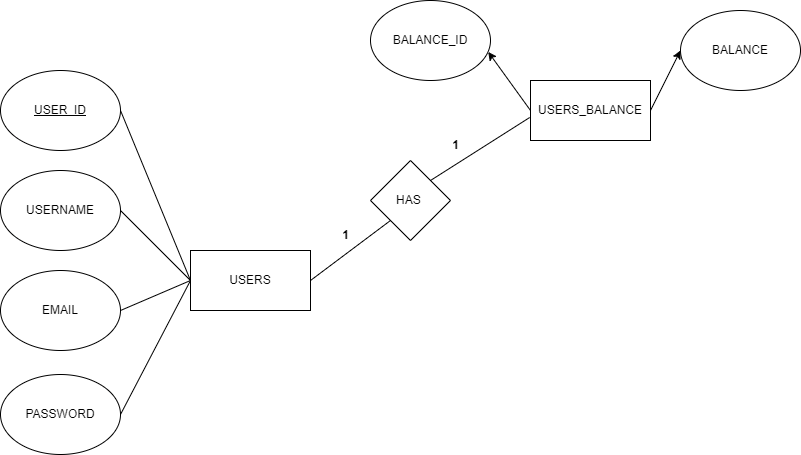
Pgsaisuhas/EXP keeps this draw.io diagram as ER_DIAGRAM.drawio.png. Above is the earlier version. Source tidied: cells renumbered, new cells last; positions are measured from the earlier drawing's top-left corner, leaving out a move shared by most shapes.
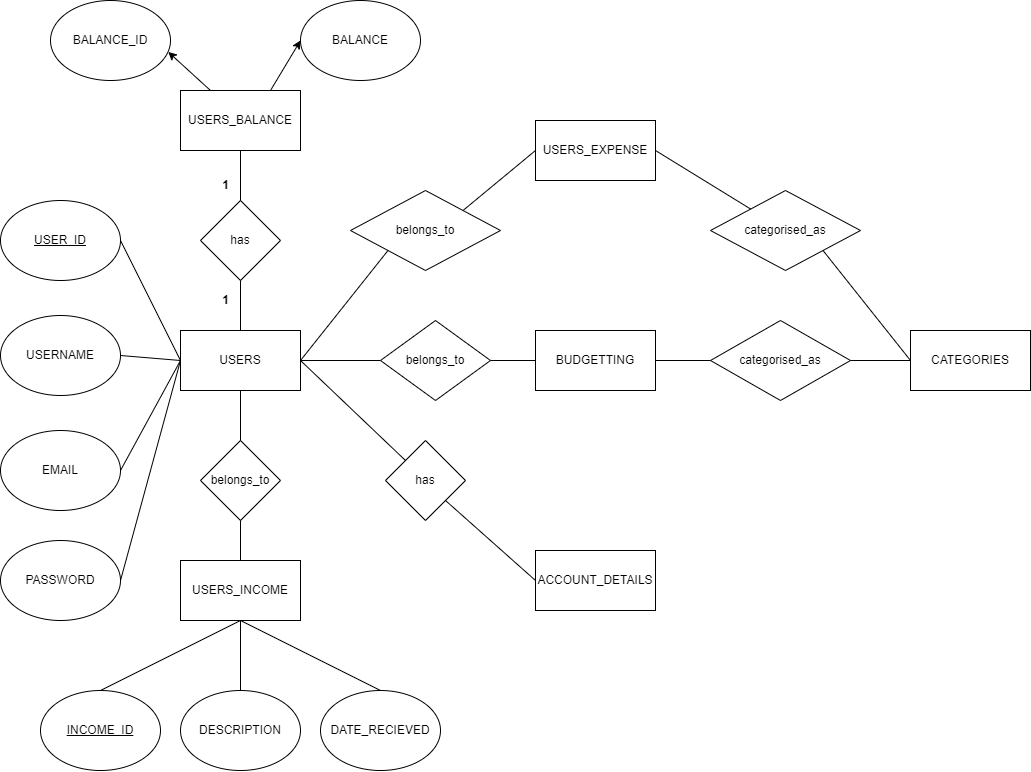
After the change.

Change to the diagram source:
```diff
@@ -3,37 +3,37 @@
     <mxCell id="0" />
     <mxCell id="1" parent="0" />
     <mxCell id="2" value="USERS" style="rounded=0;whiteSpace=wrap;html=1;" parent="1" vertex="1">
-      <mxGeometry x="190" y="250" width="120" height="60" as="geometry" />
+      <mxGeometry x="220" y="300" width="120" height="60" as="geometry" />
     </mxCell>
     <mxCell id="3" value="USERNAME" style="ellipse;whiteSpace=wrap;html=1;" parent="1" vertex="1">
-      <mxGeometry y="170" width="120" height="80" as="geometry" />
+      <mxGeometry x="40" y="285" width="120" height="80" as="geometry" />
     </mxCell>
     <mxCell id="4" value="&lt;u&gt;USER_ID&lt;/u&gt;" style="ellipse;whiteSpace=wrap;html=1;" parent="1" vertex="1">
-      <mxGeometry y="70" width="120" height="80" as="geometry" />
+      <mxGeometry x="40" y="170" width="120" height="80" as="geometry" />
     </mxCell>
     <mxCell id="5" value="EMAIL" style="ellipse;whiteSpace=wrap;html=1;" parent="1" vertex="1">
-      <mxGeometry y="270" width="120" height="80" as="geometry" />
+      <mxGeometry x="40" y="400" width="120" height="80" as="geometry" />
     </mxCell>
     <mxCell id="6" value="PASSWORD" style="ellipse;whiteSpace=wrap;html=1;" parent="1" vertex="1">
-      <mxGeometry y="374" width="120" height="80" as="geometry" />
+      <mxGeometry x="40" y="510" width="120" height="80" as="geometry" />
     </mxCell>
     <mxCell id="7" value="USERS_BALANCE" style="rounded=0;whiteSpace=wrap;html=1;" parent="1" vertex="1">
-      <mxGeometry x="530" y="80" width="120" height="60" as="geometry" />
+      <mxGeometry x="220" y="60" width="120" height="60" as="geometry" />
     </mxCell>
     <mxCell id="8" value="BALANCE_ID" style="ellipse;whiteSpace=wrap;html=1;" parent="1" vertex="1">
-      <mxGeometry x="370" width="120" height="80" as="geometry" />
+      <mxGeometry x="90" y="-30" width="120" height="80" as="geometry" />
     </mxCell>
     <mxCell id="9" value="BALANCE" style="ellipse;whiteSpace=wrap;html=1;" parent="1" vertex="1">
-      <mxGeometry x="680" y="10" width="120" height="80" as="geometry" />
+      <mxGeometry x="340" y="-30" width="120" height="80" as="geometry" />
     </mxCell>
-    <mxCell id="10" style="endArrow=classic;html=1;rounded=0;exitX=0;exitY=0.5;exitDx=0;exitDy=0;entryX=0.981;entryY=0.643;entryDx=0;entryDy=0;entryPerimeter=0;" parent="1" edge="1" source="7" target="8">
+    <mxCell id="10" style="endArrow=classic;html=1;rounded=0;exitX=0.25;exitY=0;exitDx=0;exitDy=0;entryX=0.981;entryY=0.643;entryDx=0;entryDy=0;entryPerimeter=0;" parent="1" edge="1" source="7" target="8">
       <mxGeometry relative="1" as="geometry" />
     </mxCell>
-    <mxCell id="11" style="endArrow=classic;html=1;rounded=0;exitX=1;exitY=0.5;exitDx=0;exitDy=0;entryX=0;entryY=0.5;entryDx=0;entryDy=0;" parent="1" edge="1" source="7" target="9">
+    <mxCell id="11" style="endArrow=classic;html=1;rounded=0;exitX=0.75;exitY=0;exitDx=0;exitDy=0;entryX=0;entryY=0.5;entryDx=0;entryDy=0;" parent="1" edge="1" source="7" target="9">
       <mxGeometry relative="1" as="geometry" />
     </mxCell>
-    <mxCell id="12" value="HAS&amp;nbsp;" style="rhombus;whiteSpace=wrap;html=1;" parent="1" vertex="1">
-      <mxGeometry x="370" y="160" width="80" height="80" as="geometry" />
+    <mxCell id="12" value="has" style="rhombus;whiteSpace=wrap;html=1;" parent="1" vertex="1">
+      <mxGeometry x="240" y="170" width="80" height="80" as="geometry" />
     </mxCell>
     <mxCell id="13" style="endArrow=none;html=1;rounded=0;exitX=0;exitY=0.5;exitDx=0;exitDy=0;entryX=1;entryY=0.5;entryDx=0;entryDy=0;" parent="1" edge="1" source="2" target="4">
       <mxGeometry relative="1" as="geometry" />
@@ -47,17 +47,104 @@
     <mxCell id="16" style="endArrow=none;html=1;rounded=0;exitX=0;exitY=0.5;exitDx=0;exitDy=0;entryX=1;entryY=0.5;entryDx=0;entryDy=0;" parent="1" edge="1" source="2" target="6">
       <mxGeometry relative="1" as="geometry" />
     </mxCell>
-    <mxCell id="17" style="endArrow=none;html=1;rounded=0;exitX=1;exitY=0.5;exitDx=0;exitDy=0;entryX=0;entryY=1;entryDx=0;entryDy=0;" parent="1" edge="1" source="2" target="12">
+    <mxCell id="17" style="endArrow=none;html=1;rounded=0;exitX=0.5;exitY=0;exitDx=0;exitDy=0;entryX=0.5;entryY=1;entryDx=0;entryDy=0;" parent="1" edge="1" source="2" target="12">
       <mxGeometry relative="1" as="geometry" />
     </mxCell>
-    <mxCell id="18" style="endArrow=none;html=1;rounded=0;exitX=1;exitY=0;exitDx=0;exitDy=0;entryX=-0.007;entryY=0.617;entryDx=0;entryDy=0;entryPerimeter=0;" parent="1" edge="1" source="12" target="7">
+    <mxCell id="18" style="endArrow=none;html=1;rounded=0;exitX=0.5;exitY=0;exitDx=0;exitDy=0;entryX=0.5;entryY=1;entryDx=0;entryDy=0;" parent="1" edge="1" source="12" target="7">
       <mxGeometry relative="1" as="geometry" />
     </mxCell>
     <mxCell id="19" value="&lt;b&gt;1&lt;/b&gt;" style="text;html=1;align=center;verticalAlign=middle;strokeColor=none;fillColor=none;" parent="1" vertex="1">
-      <mxGeometry x="330" y="220" width="30" height="30" as="geometry" />
+      <mxGeometry x="250" y="255" width="30" height="30" as="geometry" />
     </mxCell>
     <mxCell id="20" value="&lt;b&gt;1&lt;/b&gt;" style="text;html=1;align=center;verticalAlign=middle;strokeColor=none;fillColor=none;" parent="1" vertex="1">
-      <mxGeometry x="440" y="130" width="30" height="30" as="geometry" />
+      <mxGeometry x="250" y="140" width="30" height="30" as="geometry" />
     </mxCell>
+    <mxCell id="21" value="USERS_INCOME" style="rounded=0;whiteSpace=wrap;html=1;" parent="1" vertex="1">
+      <mxGeometry x="220" y="530" width="120" height="60" as="geometry" />
+    </mxCell>
+    <mxCell id="22" value="belongs_to" style="rhombus;whiteSpace=wrap;html=1;" parent="1" vertex="1">
+      <mxGeometry x="240" y="410" width="80" height="80" as="geometry" />
+    </mxCell>
+    <mxCell id="23" style="endArrow=none;html=1;rounded=0;exitX=0.5;exitY=0;exitDx=0;exitDy=0;entryX=0.5;entryY=1;entryDx=0;entryDy=0;" parent="1" edge="1" source="22" target="2">
+      <mxGeometry relative="1" as="geometry" />
+    </mxCell>
+    <mxCell id="24" style="endArrow=none;html=1;rounded=0;exitX=0.5;exitY=1;exitDx=0;exitDy=0;entryX=0.5;entryY=0;entryDx=0;entryDy=0;" parent="1" edge="1" source="22" target="21">
+      <mxGeometry relative="1" as="geometry" />
+    </mxCell>
+    <mxCell id="25" value="&lt;u&gt;INCOME_ID&lt;/u&gt;" style="ellipse;whiteSpace=wrap;html=1;" parent="1" vertex="1">
+      <mxGeometry x="80" y="660" width="120" height="80" as="geometry" />
+    </mxCell>
+    <mxCell id="26" value="DESCRIPTION" style="ellipse;whiteSpace=wrap;html=1;" parent="1" vertex="1">
+      <mxGeometry x="220" y="660" width="120" height="80" as="geometry" />
+    </mxCell>
+    <mxCell id="27" value="DATE_RECIEVED" style="ellipse;whiteSpace=wrap;html=1;" parent="1" vertex="1">
+      <mxGeometry x="360" y="660" width="120" height="80" as="geometry" />
+    </mxCell>
+    <mxCell id="28" style="endArrow=none;html=1;rounded=0;entryX=0.5;entryY=1;entryDx=0;entryDy=0;exitX=0.5;exitY=0;exitDx=0;exitDy=0;" parent="1" edge="1" source="25" target="21">
+      <mxGeometry relative="1" as="geometry" />
+    </mxCell>
+    <mxCell id="29" style="endArrow=none;html=1;rounded=0;entryX=0.5;entryY=0;entryDx=0;entryDy=0;exitX=0.5;exitY=1;exitDx=0;exitDy=0;" parent="1" edge="1" source="21" target="26">
+      <mxGeometry relative="1" as="geometry" />
+    </mxCell>
+    <mxCell id="30" style="endArrow=none;html=1;rounded=0;exitX=0.5;exitY=1;exitDx=0;exitDy=0;entryX=0.5;entryY=0;entryDx=0;entryDy=0;" parent="1" edge="1" source="21" target="27">
+      <mxGeometry relative="1" as="geometry" />
+    </mxCell>
+    <mxCell id="31" value="USERS_EXPENSE" style="rounded=0;whiteSpace=wrap;html=1;" parent="1" vertex="1">
+      <mxGeometry x="575" y="90" width="120" height="60" as="geometry" />
+    </mxCell>
+    <mxCell id="32" value="belongs_to" style="rhombus;whiteSpace=wrap;html=1;" parent="1" vertex="1">
+      <mxGeometry x="390" y="160" width="150" height="80" as="geometry" />
+    </mxCell>
+    <mxCell id="33" style="endArrow=none;html=1;rounded=0;exitX=1;exitY=0.5;exitDx=0;exitDy=0;entryX=0;entryY=1;entryDx=0;entryDy=0;" parent="1" edge="1" source="2" target="32">
+      <mxGeometry relative="1" as="geometry" />
+    </mxCell>
+    <mxCell id="34" style="endArrow=none;html=1;rounded=0;entryX=1;entryY=0;entryDx=0;entryDy=0;exitX=0;exitY=0.5;exitDx=0;exitDy=0;" parent="1" edge="1" source="31" target="32">
+      <mxGeometry relative="1" as="geometry" />
+    </mxCell>
+    <mxCell id="35" value="CATEGORIES" style="rounded=0;whiteSpace=wrap;html=1;" parent="1" vertex="1">
+      <mxGeometry x="950" y="300" width="120" height="60" as="geometry" />
+    </mxCell>
+    <mxCell id="36" value="categorised_as" style="rhombus;whiteSpace=wrap;html=1;" parent="1" vertex="1">
+      <mxGeometry x="750" y="160" width="150" height="80" as="geometry" />
+    </mxCell>
+    <mxCell id="37" style="endArrow=none;html=1;rounded=0;entryX=0;entryY=0.5;entryDx=0;entryDy=0;exitX=1;exitY=1;exitDx=0;exitDy=0;" parent="1" edge="1" source="36" target="35">
+      <mxGeometry relative="1" as="geometry" />
+    </mxCell>
+    <mxCell id="38" style="endArrow=none;html=1;rounded=0;entryX=1;entryY=0.5;entryDx=0;entryDy=0;" parent="1" edge="1" source="36" target="31">
+      <mxGeometry relative="1" as="geometry" />
+    </mxCell>
+    <mxCell id="39" value="ACCOUNT_DETAILS" style="rounded=0;whiteSpace=wrap;html=1;" parent="1" vertex="1">
+      <mxGeometry x="575" y="520" width="120" height="60" as="geometry" />
+    </mxCell>
+    <mxCell id="40" value="has" style="rhombus;whiteSpace=wrap;html=1;" parent="1" vertex="1">
+      <mxGeometry x="425" y="410" width="80" height="80" as="geometry" />
+    </mxCell>
+    <mxCell id="41" style="endArrow=none;html=1;rounded=0;exitX=1;exitY=0.5;exitDx=0;exitDy=0;entryX=0;entryY=0;entryDx=0;entryDy=0;" parent="1" edge="1" source="2" target="40">
+      <mxGeometry relative="1" as="geometry" />
+    </mxCell>
+    <mxCell id="42" style="endArrow=none;html=1;rounded=0;exitX=1;exitY=1;exitDx=0;exitDy=0;entryX=0;entryY=0.5;entryDx=0;entryDy=0;" parent="1" edge="1" source="40" target="39">
+      <mxGeometry relative="1" as="geometry" />
+    </mxCell>
+    <mxCell id="43" value="BUDGETTING" style="rounded=0;whiteSpace=wrap;html=1;" parent="1" vertex="1">
+      <mxGeometry x="575" y="300" width="120" height="60" as="geometry" />
+    </mxCell>
+    <mxCell id="44" value="belongs_to" style="rhombus;whiteSpace=wrap;html=1;" parent="1" vertex="1">
+      <mxGeometry x="420" y="290" width="110" height="80" as="geometry" />
+    </mxCell>
+    <mxCell id="45" value="categorised_as" style="rhombus;whiteSpace=wrap;html=1;" parent="1" vertex="1">
+      <mxGeometry x="750" y="290" width="140" height="80" as="geometry" />
+    </mxCell>
+    <mxCell id="46" style="endArrow=none;html=1;rounded=0;exitX=1;exitY=0.5;exitDx=0;exitDy=0;entryX=0;entryY=0.5;entryDx=0;entryDy=0;" parent="1" edge="1" source="2" target="44">
+      <mxGeometry relative="1" as="geometry" />
+    </mxCell>
+    <mxCell id="47" style="endArrow=none;html=1;rounded=0;exitX=1;exitY=0.5;exitDx=0;exitDy=0;entryX=0;entryY=0.5;entryDx=0;entryDy=0;" parent="1" edge="1" source="44" target="43">
+      <mxGeometry relative="1" as="geometry" />
+    </mxCell>
+    <mxCell id="48" style="endArrow=none;html=1;rounded=0;exitX=1;exitY=0.5;exitDx=0;exitDy=0;entryX=0;entryY=0.5;entryDx=0;entryDy=0;" parent="1" edge="1" source="43" target="45">
+      <mxGeometry relative="1" as="geometry" />
+    </mxCell>
+    <mxCell id="49" style="endArrow=none;html=1;rounded=0;entryX=1;entryY=0.5;entryDx=0;entryDy=0;exitX=0;exitY=0.5;exitDx=0;exitDy=0;" parent="1" edge="1" source="35" target="45">
+      <mxGeometry relative="1" as="geometry" />
+    </mxCell>
   </root>
 </mxGraphModel>
```
